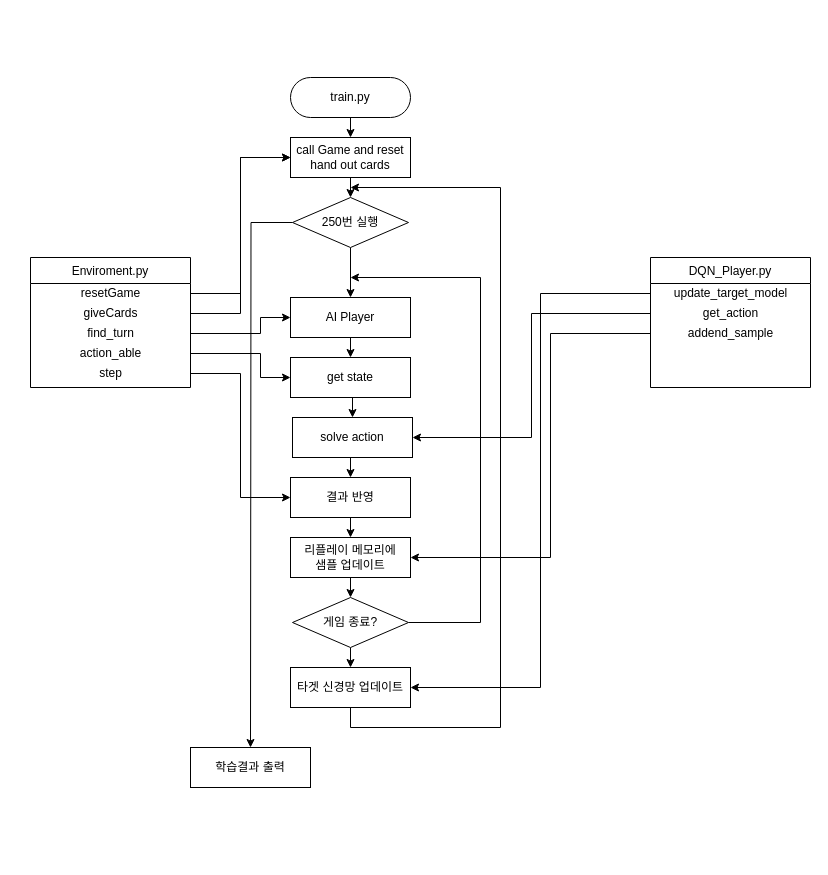
Above: page "train" (2 of 2) of Untitled Diagram.drawio in min746258/oneCards (draw.io), before the change. Source tidied: cells renumbered, new cells numbered last; positions are measured from the earlier drawing's top-left corner, leaving out a move shared by most shapes. Both pictures are drawn from the tidied source at 100%, with x=0, y=0 at pixel (30, 77).
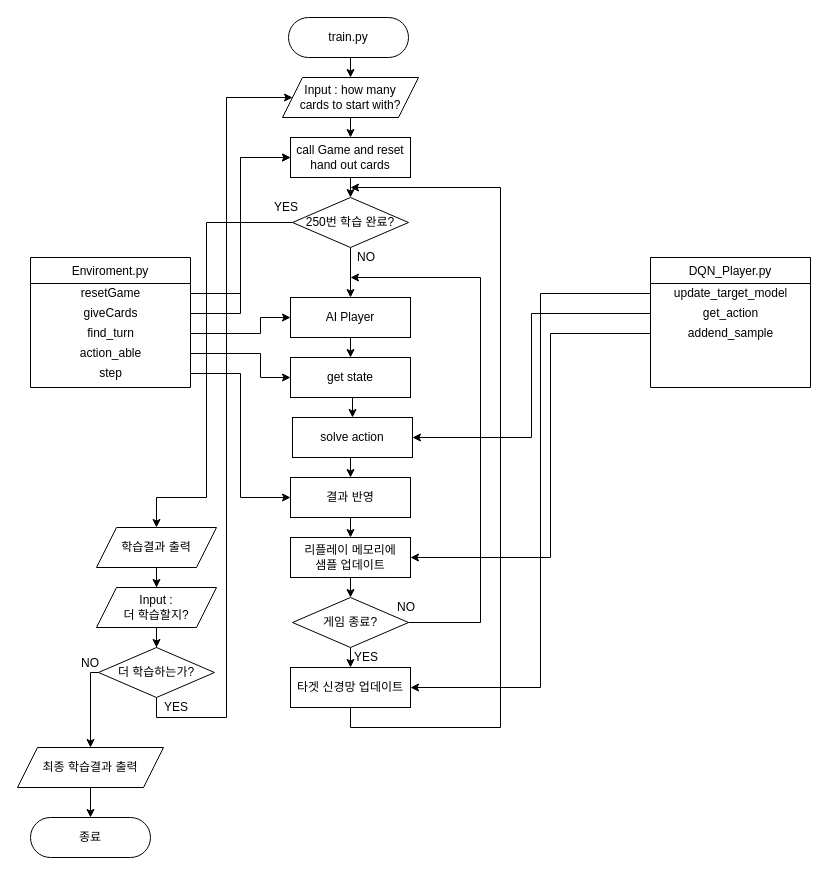
The same diagram, later.

Unchanged cells that the change refers to:
```xml
<mxCell id="11" value="call Game and reset&lt;br&gt;hand out cards" style="rounded=0;whiteSpace=wrap;html=1;" parent="1" vertex="1">
  <mxGeometry x="260" y="60" width="120" height="40" as="geometry" />
</mxCell>
```

Change to the diagram source:
```diff
@@
-    <mxCell id="8" style="edgeStyle=orthogonalEdgeStyle;rounded=0;jettySize=auto;html=1;exitX=0.5;exitY=1;exitDx=0;exitDy=0;entryX=0.5;entryY=0;entryDx=0;entryDy=0;" parent="1" edge="1" source="9" target="11">
-      <mxGeometry relative="1" as="geometry" />
+    <mxCell id="8" style="edgeStyle=orthogonalEdgeStyle;rounded=0;jettySize=auto;html=1;exitX=0.5;exitY=1;exitDx=0;exitDy=0;" parent="1" edge="1" source="9">
+      <mxGeometry relative="1" as="geometry">
+        <mxPoint x="320" as="targetPoint" />
+      </mxGeometry>
     </mxCell>
     <mxCell id="9" value="train.py" style="rounded=1;whiteSpace=wrap;html=1;arcSize=50;" parent="1" vertex="1">
-      <mxGeometry x="260" width="120" height="40" as="geometry" />
+      <mxGeometry x="258" y="-60" width="120" height="40" as="geometry" />
     </mxCell>
@@
-    <mxCell id="15" style="edgeStyle=orthogonalEdgeStyle;rounded=0;jettySize=auto;html=1;exitX=0;exitY=0.5;exitDx=0;exitDy=0;" parent="1" edge="1" source="16">
+    <mxCell id="15" style="edgeStyle=orthogonalEdgeStyle;rounded=0;jettySize=auto;html=1;exitX=0;exitY=0.5;exitDx=0;exitDy=0;entryX=0.5;entryY=0;entryDx=0;entryDy=0;" parent="1" edge="1" source="16" target="40">
       <mxGeometry relative="1" as="geometry">
-        <mxPoint x="220" y="670" as="targetPoint" />
+        <Array as="points">
+          <mxPoint x="176" y="145" />
+          <mxPoint x="176" y="420" />
+          <mxPoint x="126" y="420" />
+        </Array>
       </mxGeometry>
     </mxCell>
-    <mxCell id="16" value="250번 실행" style="rhombus;whiteSpace=wrap;html=1;" parent="1" vertex="1">
+    <mxCell id="16" value="250번 학습 완료?" style="rhombus;whiteSpace=wrap;html=1;" parent="1" vertex="1">
       <mxGeometry x="262" y="120" width="116" height="50" as="geometry" />
     </mxCell>
@@
-    <mxCell id="40" value="학습결과 출력" style="rounded=0;whiteSpace=wrap;html=1;" parent="1" vertex="1">
-      <mxGeometry x="160" y="670" width="120" height="40" as="geometry" />
-    </mxCell>
@@
+    <mxCell id="43" style="edgeStyle=orthogonalEdgeStyle;rounded=0;jettySize=auto;html=1;exitX=0.5;exitY=1;exitDx=0;exitDy=0;entryX=0.5;entryY=0;entryDx=0;entryDy=0;" parent="1" edge="1" source="44" target="11">
+      <mxGeometry relative="1" as="geometry" />
+    </mxCell>
+    <mxCell id="44" value="Input : how many &lt;br&gt;cards to start with?" style="shape=parallelogram;perimeter=parallelogramPerimeter;whiteSpace=wrap;html=1;fixedSize=1;" parent="1" vertex="1">
+      <mxGeometry x="252" width="136" height="40" as="geometry" />
+    </mxCell>
+    <mxCell id="45" style="edgeStyle=orthogonalEdgeStyle;rounded=0;jettySize=auto;html=1;entryX=0.5;entryY=0;entryDx=0;entryDy=0;" parent="1" edge="1" source="40" target="47">
+      <mxGeometry relative="1" as="geometry" />
+    </mxCell>
+    <mxCell id="40" value="학습결과 출력" style="shape=parallelogram;perimeter=parallelogramPerimeter;whiteSpace=wrap;html=1;fixedSize=1;" parent="1" vertex="1">
+      <mxGeometry x="66" y="450" width="120" height="40" as="geometry" />
+    </mxCell>
+    <mxCell id="46" style="edgeStyle=orthogonalEdgeStyle;rounded=0;jettySize=auto;html=1;entryX=0.5;entryY=0;entryDx=0;entryDy=0;" parent="1" edge="1" source="47" target="50">
+      <mxGeometry relative="1" as="geometry" />
+    </mxCell>
+    <mxCell id="47" value="Input : &lt;br&gt;더 학습할지?" style="shape=parallelogram;perimeter=parallelogramPerimeter;whiteSpace=wrap;html=1;fixedSize=1;" parent="1" vertex="1">
+      <mxGeometry x="66" y="510" width="120" height="40" as="geometry" />
+    </mxCell>
+    <mxCell id="48" style="edgeStyle=orthogonalEdgeStyle;rounded=0;jettySize=auto;html=1;exitX=0.5;exitY=1;exitDx=0;exitDy=0;entryX=0;entryY=0.5;entryDx=0;entryDy=0;" parent="1" edge="1" source="50" target="44">
+      <mxGeometry relative="1" as="geometry">
+        <Array as="points">
+          <mxPoint x="126" y="640" />
+          <mxPoint x="196" y="640" />
+          <mxPoint x="196" y="20" />
+        </Array>
+      </mxGeometry>
+    </mxCell>
+    <mxCell id="49" style="edgeStyle=orthogonalEdgeStyle;rounded=0;jettySize=auto;html=1;exitX=0;exitY=0.5;exitDx=0;exitDy=0;entryX=0.5;entryY=0;entryDx=0;entryDy=0;" parent="1" edge="1" source="50" target="53">
+      <mxGeometry relative="1" as="geometry">
+        <Array as="points">
+          <mxPoint x="60" y="595" />
+        </Array>
+      </mxGeometry>
+    </mxCell>
+    <mxCell id="50" value="더 학습하는가?" style="rhombus;whiteSpace=wrap;html=1;" parent="1" vertex="1">
+      <mxGeometry x="68" y="570" width="116" height="50" as="geometry" />
+    </mxCell>
+    <mxCell id="51" value="종료" style="rounded=1;whiteSpace=wrap;html=1;arcSize=50;" parent="1" vertex="1">
+      <mxGeometry y="740" width="120" height="40" as="geometry" />
+    </mxCell>
+    <mxCell id="52" style="edgeStyle=orthogonalEdgeStyle;rounded=0;jettySize=auto;html=1;exitX=0.5;exitY=1;exitDx=0;exitDy=0;entryX=0.5;entryY=0;entryDx=0;entryDy=0;" parent="1" edge="1" source="53" target="51">
+      <mxGeometry relative="1" as="geometry" />
+    </mxCell>
+    <mxCell id="53" value="최종 학습결과 출력" style="shape=parallelogram;perimeter=parallelogramPerimeter;whiteSpace=wrap;html=1;fixedSize=1;" parent="1" vertex="1">
+      <mxGeometry x="-13" y="670" width="146" height="40" as="geometry" />
+    </mxCell>
+    <mxCell id="54" value="YES" style="text;html=1;strokeColor=none;fillColor=none;align=center;verticalAlign=middle;whiteSpace=wrap;rounded=0;" parent="1" vertex="1">
+      <mxGeometry x="126" y="620" width="40" height="20" as="geometry" />
+    </mxCell>
+    <mxCell id="55" value="NO" style="text;html=1;strokeColor=none;fillColor=none;align=center;verticalAlign=middle;whiteSpace=wrap;rounded=0;" parent="1" vertex="1">
+      <mxGeometry x="40" y="576" width="40" height="20" as="geometry" />
+    </mxCell>
+    <mxCell id="56" value="YES" style="text;html=1;strokeColor=none;fillColor=none;align=center;verticalAlign=middle;whiteSpace=wrap;rounded=0;" parent="1" vertex="1">
+      <mxGeometry x="316" y="570" width="40" height="20" as="geometry" />
+    </mxCell>
+    <mxCell id="57" value="NO" style="text;html=1;strokeColor=none;fillColor=none;align=center;verticalAlign=middle;whiteSpace=wrap;rounded=0;" parent="1" vertex="1">
+      <mxGeometry x="356" y="520" width="40" height="20" as="geometry" />
+    </mxCell>
+    <mxCell id="58" value="YES" style="text;html=1;strokeColor=none;fillColor=none;align=center;verticalAlign=middle;whiteSpace=wrap;rounded=0;" parent="1" vertex="1">
+      <mxGeometry x="236" y="120" width="40" height="20" as="geometry" />
+    </mxCell>
+    <mxCell id="59" value="NO" style="text;html=1;strokeColor=none;fillColor=none;align=center;verticalAlign=middle;whiteSpace=wrap;rounded=0;" parent="1" vertex="1">
+      <mxGeometry x="316" y="170" width="40" height="20" as="geometry" />
+    </mxCell>
```
